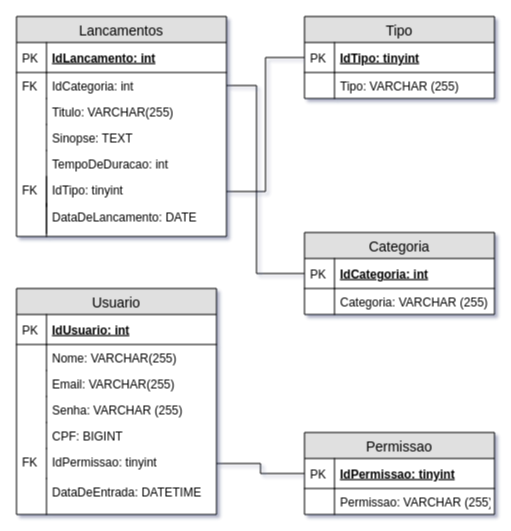
Above: page "Logico" (2 of 2) of OpFlix/M_Diagrama_RafaelPieri.Drawio in Pierii/2s2019-sprint-1-bd (draw.io), before the change. Source tidied: cells renumbered, new cells numbered last; positions are measured from the earlier drawing's top-left corner, leaving out a move shared by most shapes. Both pictures are drawn from the tidied source at 100%, with x=0, y=0 at pixel (16, 16).
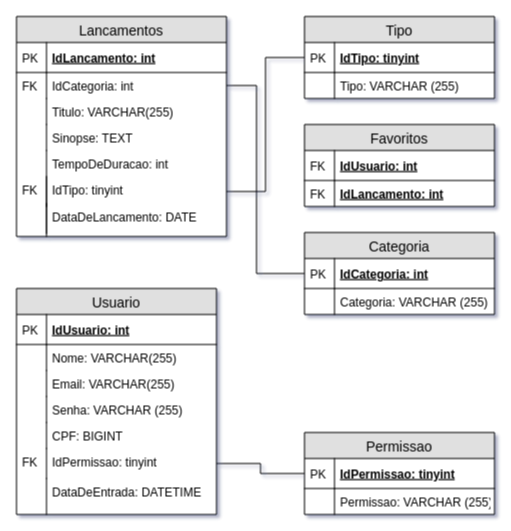
The same page after the edit.

Diff of the diagram source:
```diff
@@
+    <mxCell id="50" value="Favoritos" style="swimlane;fontStyle=0;horizontal=1;startSize=26;fillColor=#e0e0e0;swimlaneFillColor=#ffffff;align=center;fontSize=14;" parent="1" vertex="1">
+      <mxGeometry x="288" y="108" width="190" height="82" as="geometry" />
+    </mxCell>
+    <mxCell id="51" value="IdUsuario: int" style="shape=partialRectangle;top=0;left=0;right=0;bottom=1;align=left;verticalAlign=middle;fillColor=none;spacingLeft=34;spacingRight=4;overflow=hidden;fontStyle=5;fontSize=12;" parent="50" vertex="1">
+      <mxGeometry y="26" width="190" height="30" as="geometry" />
+    </mxCell>
+    <mxCell id="52" value="FK" style="shape=partialRectangle;top=0;left=0;bottom=0;fillColor=none;align=left;verticalAlign=middle;spacingLeft=4;spacingRight=4;overflow=hidden;fontSize=12;" parent="51" vertex="1">
+      <mxGeometry width="30" height="30" as="geometry" />
+    </mxCell>
+    <mxCell id="53" value="IdLancamento: int" style="shape=partialRectangle;top=0;left=0;right=0;bottom=0;align=left;verticalAlign=top;fillColor=none;spacingLeft=34;spacingRight=4;overflow=hidden;fontSize=12;fontStyle=5;" parent="50" vertex="1">
+      <mxGeometry y="56" width="190" height="26" as="geometry" />
+    </mxCell>
+    <mxCell id="54" value="FK" style="shape=partialRectangle;top=0;left=0;bottom=0;fillColor=none;align=left;verticalAlign=top;spacingLeft=4;spacingRight=4;overflow=hidden;fontSize=12;" parent="53" vertex="1">
+      <mxGeometry width="30" height="26" as="geometry" />
+    </mxCell>
```
